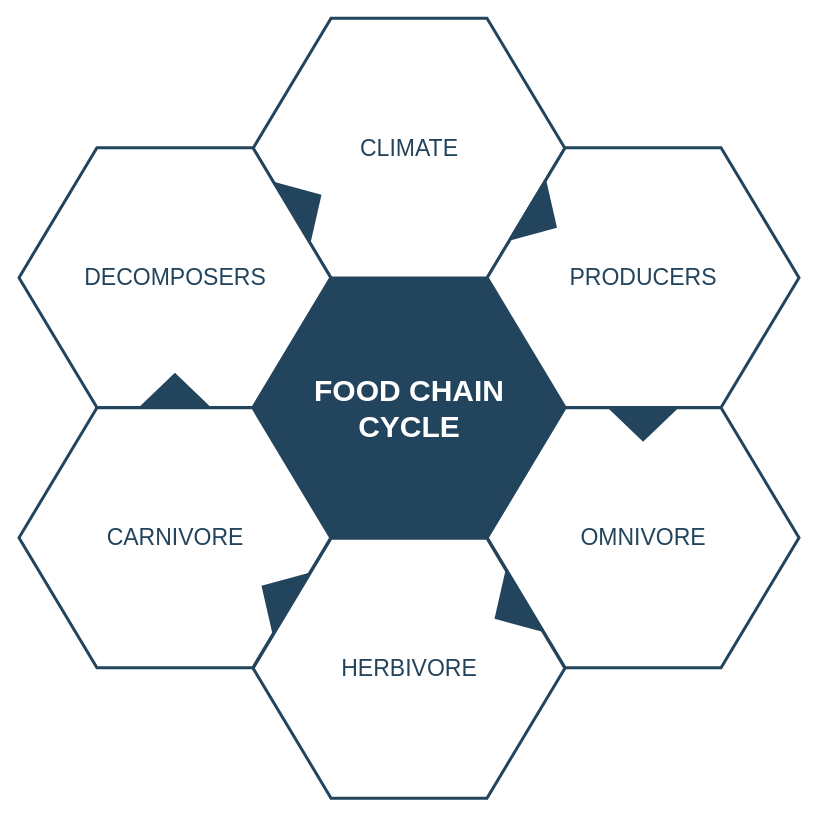
Above: PTAD Features.drawio in ifeanyiokagbue/greentrics (draw.io), before the change. Source tidied: cells renumbered, new cells numbered last; positions are measured from the earlier drawing's top-left corner, leaving out a move shared by most shapes. Both pictures are drawn from the tidied source at 100%, with x=0, y=0 at pixel (18, 18).
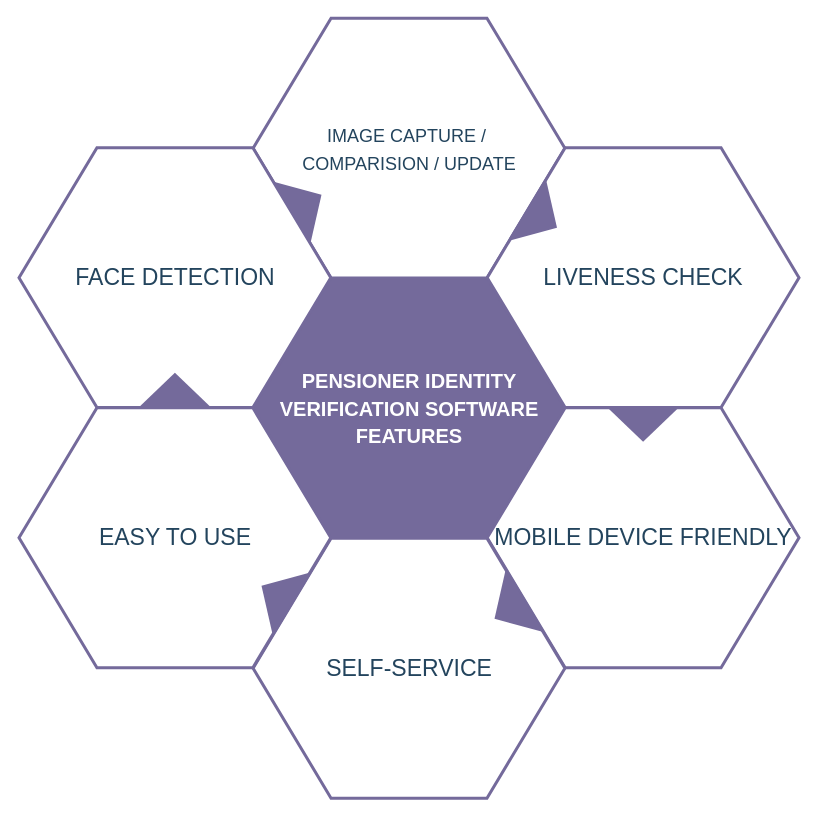
After the change.

Change to the diagram source:
```diff
@@
 <mxGraphModel background="#ffffff">
   <root>
     <mxCell id="0" />
     <mxCell id="1" parent="0" />
-    <mxCell id="2" value="&lt;font style=&quot;font-size: 30px&quot; color=&quot;#ffffff&quot;&gt;&lt;b&gt;&lt;span&gt;FOOD CHAIN&lt;/span&gt;&lt;br&gt;&lt;span&gt;CYCLE&lt;/span&gt;&lt;/b&gt;&lt;/font&gt;&lt;br&gt;" style="shape=hexagon;perimeter=hexagonPerimeter2;whiteSpace=wrap;html=1;shadow=0;labelBackgroundColor=none;strokeColor=#23445D;fillColor=#23445D;gradientColor=none;fontFamily=Helvetica;fontSize=23;fontColor=#23445d;align=center;strokeWidth=3;" parent="1" vertex="1">
+    <mxCell id="2" value="&lt;font color=&quot;#ffffff&quot; size=&quot;1&quot;&gt;&lt;b style=&quot;font-size: 20px&quot;&gt;PENSIONER IDENTITY VERIFICATION SOFTWARE FEATURES&lt;/b&gt;&lt;/font&gt;" style="shape=hexagon;perimeter=hexagonPerimeter2;whiteSpace=wrap;html=1;shadow=0;labelBackgroundColor=none;gradientColor=none;fontFamily=Helvetica;fontSize=23;fontColor=#23445d;align=center;strokeWidth=3;fillColor=#746A9B;strokeColor=#746A9B;" parent="1" vertex="1">
       <mxGeometry x="234.6" y="259.8" width="311.8" height="259.9" as="geometry" />
     </mxCell>
     <mxCell id="3" style="triangle;whiteSpace=wrap;html=1;shadow=0;labelBackgroundColor=none;strokeColor=none;fillColor=#FFFFFF;fontFamily=Helvetica;fontSize=17;fontColor=#23445d;align=center;rotation=90;gradientColor=none;flipV=1;flipH=1;opacity=20;" parent="1" vertex="1">
       <mxGeometry x="115.5" y="277.7" width="72" height="152" as="geometry" />
     </mxCell>
-    <mxCell id="4" value="&lt;font style=&quot;font-size: 23px&quot;&gt;CLIMATE&lt;/font&gt;" style="shape=hexagon;perimeter=hexagonPerimeter2;whiteSpace=wrap;html=1;shadow=0;labelBackgroundColor=none;strokeColor=#23445D;fillColor=#ffffff;gradientColor=none;fontFamily=Helvetica;fontSize=23;fontColor=#23445D;align=center;strokeWidth=3;" parent="1" vertex="1">
+    <mxCell id="4" value="&lt;p style=&quot;line-height: 120%&quot;&gt;&lt;/p&gt;&lt;div&gt;&lt;span style=&quot;font-size: 18px&quot;&gt;IMAGE CAPTURE /&amp;nbsp;&lt;/span&gt;&lt;/div&gt;&lt;div&gt;&lt;span style=&quot;font-size: 18px&quot;&gt;COMPARISION / UPDATE&lt;/span&gt;&lt;/div&gt;&lt;p&gt;&lt;/p&gt;" style="shape=hexagon;perimeter=hexagonPerimeter2;whiteSpace=wrap;html=1;shadow=0;labelBackgroundColor=none;fillColor=#ffffff;gradientColor=none;fontFamily=Helvetica;fontSize=23;fontColor=#23445D;align=center;strokeWidth=3;strokeColor=#746A9B;" parent="1" vertex="1">
       <mxGeometry x="234.6" y="-0.3" width="311.8" height="259.9" as="geometry" />
     </mxCell>
-    <mxCell id="5" value="&lt;font style=&quot;font-size: 23px&quot;&gt;PRODUCERS&lt;/font&gt;" style="shape=hexagon;perimeter=hexagonPerimeter2;whiteSpace=wrap;html=1;shadow=0;labelBackgroundColor=none;strokeColor=#23445D;fillColor=#FFFFFF;gradientColor=none;fontFamily=Helvetica;fontSize=23;fontColor=#23445d;align=center;strokeWidth=3;" parent="1" vertex="1">
+    <mxCell id="5" value="LIVENESS CHECK" style="shape=hexagon;perimeter=hexagonPerimeter2;whiteSpace=wrap;html=1;shadow=0;labelBackgroundColor=none;fillColor=#FFFFFF;gradientColor=none;fontFamily=Helvetica;fontSize=23;fontColor=#23445d;align=center;strokeWidth=3;strokeColor=#746A9B;" parent="1" vertex="1">
       <mxGeometry x="468.7" y="129.2" width="311.8" height="259.9" as="geometry" />
     </mxCell>
-    <mxCell id="6" value="&lt;font style=&quot;font-size: 23px&quot;&gt;OMNIVORE&lt;/font&gt;" style="shape=hexagon;perimeter=hexagonPerimeter2;whiteSpace=wrap;html=1;shadow=0;labelBackgroundColor=none;strokeColor=#23445D;fillColor=#FFFFFF;gradientColor=none;fontFamily=Helvetica;fontSize=23;fontColor=#23445d;align=center;strokeWidth=3;" parent="1" vertex="1">
+    <mxCell id="6" value="&lt;font style=&quot;font-size: 23px&quot;&gt;MOBILE DEVICE FRIENDLY&lt;/font&gt;" style="shape=hexagon;perimeter=hexagonPerimeter2;whiteSpace=wrap;html=1;shadow=0;labelBackgroundColor=none;fillColor=#FFFFFF;gradientColor=none;fontFamily=Helvetica;fontSize=23;fontColor=#23445d;align=center;strokeWidth=3;strokeColor=#746A9B;" parent="1" vertex="1">
       <mxGeometry x="468.7" y="389.3" width="311.8" height="259.9" as="geometry" />
     </mxCell>
-    <mxCell id="7" value="&lt;font style=&quot;font-size: 23px&quot;&gt;HERBIVORE&lt;/font&gt;" style="shape=hexagon;perimeter=hexagonPerimeter2;whiteSpace=wrap;html=1;shadow=0;labelBackgroundColor=none;strokeColor=#23445D;fillColor=#FFFFFF;gradientColor=none;fontFamily=Helvetica;fontSize=23;fontColor=#23445d;align=center;strokeWidth=3;" parent="1" vertex="1">
+    <mxCell id="7" value="&lt;font style=&quot;font-size: 23px&quot;&gt;SELF-SERVICE&lt;/font&gt;" style="shape=hexagon;perimeter=hexagonPerimeter2;whiteSpace=wrap;html=1;shadow=0;labelBackgroundColor=none;fillColor=#FFFFFF;gradientColor=none;fontFamily=Helvetica;fontSize=23;fontColor=#23445d;align=center;strokeWidth=3;strokeColor=#746A9B;" parent="1" vertex="1">
       <mxGeometry x="234.6" y="519.8" width="311.8" height="259.9" as="geometry" />
     </mxCell>
-    <mxCell id="8" value="&lt;font style=&quot;font-size: 23px&quot;&gt;CARNIVORE&lt;/font&gt;" style="shape=hexagon;perimeter=hexagonPerimeter2;whiteSpace=wrap;html=1;shadow=0;labelBackgroundColor=none;strokeColor=#23445D;fillColor=#FFFFFF;gradientColor=none;fontFamily=Helvetica;fontSize=23;fontColor=#23445d;align=center;strokeWidth=3;" parent="1" vertex="1">
+    <mxCell id="8" value="&lt;font style=&quot;font-size: 23px&quot;&gt;EASY TO USE&lt;/font&gt;" style="shape=hexagon;perimeter=hexagonPerimeter2;whiteSpace=wrap;html=1;shadow=0;labelBackgroundColor=none;fillColor=#FFFFFF;gradientColor=none;fontFamily=Helvetica;fontSize=23;fontColor=#23445d;align=center;strokeWidth=3;strokeColor=#746A9B;" parent="1" vertex="1">
       <mxGeometry x="0.5" y="389.3" width="311.8" height="259.9" as="geometry" />
     </mxCell>
-    <mxCell id="9" value="&lt;font style=&quot;font-size: 23px;&quot;&gt;DECOMPOSERS&lt;/font&gt;" style="shape=hexagon;perimeter=hexagonPerimeter2;whiteSpace=wrap;html=1;shadow=0;labelBackgroundColor=none;strokeColor=#23445D;fillColor=#ffffff;gradientColor=none;fontFamily=Helvetica;fontSize=23;fontColor=#23445D;align=center;strokeWidth=3;" parent="1" vertex="1">
+    <mxCell id="9" value="&lt;font style=&quot;font-size: 23px&quot;&gt;FACE DETECTION&lt;/font&gt;" style="shape=hexagon;perimeter=hexagonPerimeter2;whiteSpace=wrap;html=1;shadow=0;labelBackgroundColor=none;fillColor=#ffffff;gradientColor=none;fontFamily=Helvetica;fontSize=23;fontColor=#23445D;align=center;strokeWidth=3;strokeColor=#746A9B;" parent="1" vertex="1">
       <mxGeometry x="0.5" y="129.2" width="311.8" height="259.9" as="geometry" />
     </mxCell>
-    <mxCell id="10" style="triangle;whiteSpace=wrap;html=1;shadow=0;labelBackgroundColor=none;strokeColor=none;fillColor=#23445D;fontFamily=Helvetica;fontSize=17;fontColor=#23445d;align=center;rotation=31;gradientColor=none;strokeWidth=3;" parent="1" vertex="1">
+    <mxCell id="10" style="triangle;whiteSpace=wrap;html=1;shadow=0;labelBackgroundColor=none;strokeColor=none;fontFamily=Helvetica;fontSize=17;fontColor=#23445d;align=center;rotation=31;gradientColor=none;strokeWidth=3;fillColor=#746A9B;" parent="1" vertex="1">
       <mxGeometry x="506" y="163.7" width="35" height="73" as="geometry" />
     </mxCell>
-    <mxCell id="11" style="triangle;whiteSpace=wrap;html=1;shadow=0;labelBackgroundColor=none;strokeColor=none;fillColor=#23445D;fontFamily=Helvetica;fontSize=17;fontColor=#23445d;align=center;rotation=31;gradientColor=none;flipH=1;strokeWidth=3;" parent="1" vertex="1">
+    <mxCell id="11" style="triangle;whiteSpace=wrap;html=1;shadow=0;labelBackgroundColor=none;strokeColor=none;fontFamily=Helvetica;fontSize=17;fontColor=#23445d;align=center;rotation=31;gradientColor=none;flipH=1;strokeWidth=3;fillColor=#746A9B;" parent="1" vertex="1">
       <mxGeometry x="240.5" y="539.7" width="35" height="73" as="geometry" />
     </mxCell>
-    <mxCell id="12" style="triangle;whiteSpace=wrap;html=1;shadow=0;labelBackgroundColor=none;strokeColor=none;fillColor=#23445D;fontFamily=Helvetica;fontSize=17;fontColor=#23445d;align=center;rotation=329;gradientColor=none;strokeWidth=3;" parent="1" vertex="1">
+    <mxCell id="12" style="triangle;whiteSpace=wrap;html=1;shadow=0;labelBackgroundColor=none;strokeColor=none;fontFamily=Helvetica;fontSize=17;fontColor=#23445d;align=center;rotation=329;gradientColor=none;strokeWidth=3;fillColor=#746A9B;" parent="1" vertex="1">
       <mxGeometry x="270.5" y="148.7" width="35" height="73" as="geometry" />
     </mxCell>
-    <mxCell id="13" style="triangle;whiteSpace=wrap;html=1;shadow=0;labelBackgroundColor=none;strokeColor=none;fillColor=#23445D;fontFamily=Helvetica;fontSize=17;fontColor=#23445d;align=center;rotation=329;gradientColor=none;flipH=1;strokeWidth=3;" parent="1" vertex="1">
+    <mxCell id="13" style="triangle;whiteSpace=wrap;html=1;shadow=0;labelBackgroundColor=none;strokeColor=none;fontFamily=Helvetica;fontSize=17;fontColor=#23445d;align=center;rotation=329;gradientColor=none;flipH=1;strokeWidth=3;fillColor=#746A9B;" parent="1" vertex="1">
       <mxGeometry x="473.5" y="554.7" width="35" height="73" as="geometry" />
     </mxCell>
-    <mxCell id="14" style="triangle;whiteSpace=wrap;html=1;shadow=0;labelBackgroundColor=none;strokeColor=none;fillColor=#23445D;fontFamily=Helvetica;fontSize=17;fontColor=#23445d;align=center;rotation=90;gradientColor=none;strokeWidth=3;" parent="1" vertex="1">
+    <mxCell id="14" style="triangle;whiteSpace=wrap;html=1;shadow=0;labelBackgroundColor=none;strokeColor=none;fontFamily=Helvetica;fontSize=17;fontColor=#23445d;align=center;rotation=90;gradientColor=none;strokeWidth=3;fillColor=#746A9B;" parent="1" vertex="1">
       <mxGeometry x="607.1" y="369.2" width="35" height="73" as="geometry" />
     </mxCell>
-    <mxCell id="15" style="triangle;whiteSpace=wrap;html=1;shadow=0;labelBackgroundColor=none;strokeColor=none;fillColor=#23445D;fontFamily=Helvetica;fontSize=17;fontColor=#23445d;align=center;rotation=90;gradientColor=none;flipH=1;strokeWidth=3;" parent="1" vertex="1">
+    <mxCell id="15" style="triangle;whiteSpace=wrap;html=1;shadow=0;labelBackgroundColor=none;strokeColor=none;fontFamily=Helvetica;fontSize=17;fontColor=#23445d;align=center;rotation=90;gradientColor=none;flipH=1;strokeWidth=3;fillColor=#746A9B;" parent="1" vertex="1">
       <mxGeometry x="138.9" y="335.2" width="35" height="73" as="geometry" />
     </mxCell>
   </root>
 </mxGraphModel>
```
